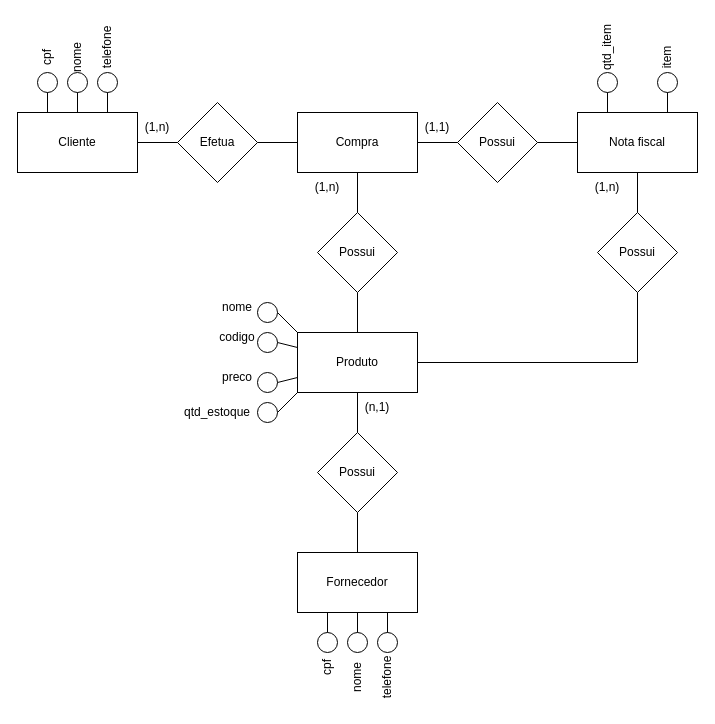
This is Lista2_04-04/Ex3.drawio from andreeeeeeeee/Engenharia_Software, a draw.io file, before an edit. Source tidied: cells renumbered, new cells numbered last; positions are measured from the earlier drawing's top-left corner, leaving out a move shared by most shapes. Both pictures are drawn from the tidied source at 100%, with x=0, y=0 at pixel (17, 32).
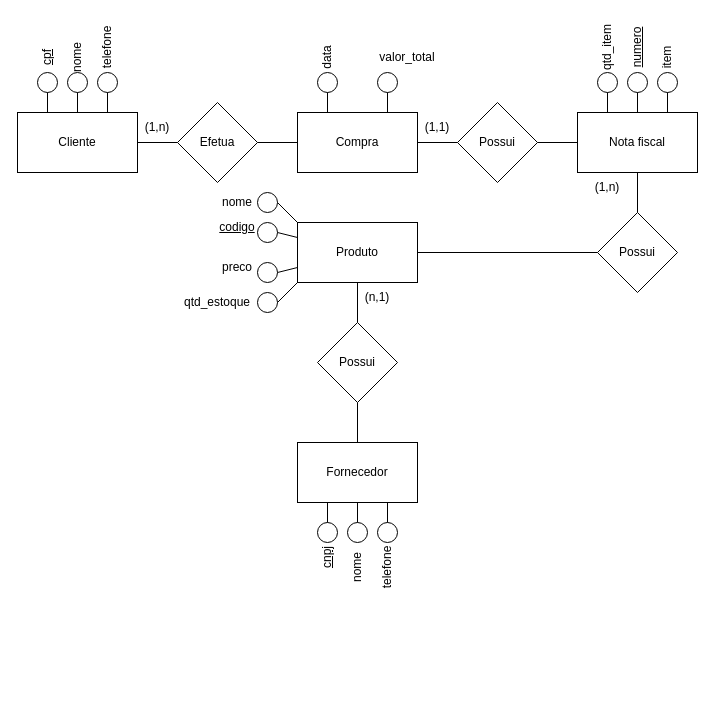
Above is the later version.

Unchanged cells that the change refers to:
```xml
<mxCell id="4" value="Compra" style="rounded=0;whiteSpace=wrap;html=1;" parent="1" vertex="1">
  <mxGeometry x="280" y="80" width="120" height="60" as="geometry" />
</mxCell>
<mxCell id="8" value="Nota fiscal" style="rounded=0;whiteSpace=wrap;html=1;" parent="1" vertex="1">
  <mxGeometry x="560" y="80" width="120" height="60" as="geometry" />
</mxCell>
<mxCell id="9" value="Possui" style="rhombus;whiteSpace=wrap;html=1;" parent="1" vertex="1">
  <mxGeometry x="580" y="180" width="80" height="80" as="geometry" />
</mxCell>
```

The edit, as a diff of the source:
```diff
@@
-    <mxCell id="5" value="Possui" style="rhombus;whiteSpace=wrap;html=1;" parent="1" vertex="1">
-      <mxGeometry x="300" y="180" width="80" height="80" as="geometry" />
-    </mxCell>
     <mxCell id="6" value="Produto" style="rounded=0;whiteSpace=wrap;html=1;" parent="1" vertex="1">
-      <mxGeometry x="280" y="300" width="120" height="60" as="geometry" />
+      <mxGeometry x="280" y="190" width="120" height="60" as="geometry" />
     </mxCell>
@@
     <mxCell id="10" value="Possui" style="rhombus;whiteSpace=wrap;html=1;" parent="1" vertex="1">
-      <mxGeometry x="300" y="400" width="80" height="80" as="geometry" />
+      <mxGeometry x="300" y="290" width="80" height="80" as="geometry" />
     </mxCell>
     <mxCell id="11" value="Fornecedor" style="rounded=0;whiteSpace=wrap;html=1;" parent="1" vertex="1">
-      <mxGeometry x="280" y="520" width="120" height="60" as="geometry" />
+      <mxGeometry x="280" y="410" width="120" height="60" as="geometry" />
     </mxCell>
@@
-    <mxCell id="14" style="endArrow=none;html=1;rounded=0;entryX=0.5;entryY=1;entryDx=0;entryDy=0;exitX=0.5;exitY=0;exitDx=0;exitDy=0;" parent="1" edge="1" source="5" target="4">
-      <mxGeometry relative="1" as="geometry" />
-    </mxCell>
-    <mxCell id="15" style="endArrow=none;html=1;rounded=0;entryX=0.5;entryY=1;entryDx=0;entryDy=0;exitX=0.5;exitY=0;exitDx=0;exitDy=0;" parent="1" edge="1" source="6" target="5">
-      <mxGeometry relative="1" as="geometry" />
-    </mxCell>
@@
-    <mxCell id="21" style="endArrow=none;html=1;rounded=0;entryX=0.5;entryY=1;entryDx=0;entryDy=0;exitX=1;exitY=0.5;exitDx=0;exitDy=0;" parent="1" edge="1" source="6" target="9">
-      <mxGeometry relative="1" as="geometry">
-        <Array as="points">
-          <mxPoint x="620" y="330" />
-        </Array>
-      </mxGeometry>
-    </mxCell>
@@
-    <mxCell id="28" value="cpf" style="text;html=1;strokeColor=none;fillColor=none;align=center;verticalAlign=middle;whiteSpace=wrap;rounded=0;rotation=-90;" parent="1" vertex="1">
+    <mxCell id="28" value="&lt;u&gt;cpf&lt;/u&gt;" style="text;html=1;strokeColor=none;fillColor=none;align=center;verticalAlign=middle;whiteSpace=wrap;rounded=0;rotation=-90;" parent="1" vertex="1">
       <mxGeometry y="10" width="60" height="30" as="geometry" />
     </mxCell>
@@
     <mxCell id="32" style="ellipse;whiteSpace=wrap;html=1;" parent="1" vertex="1">
-      <mxGeometry x="300" y="600" width="20" height="20" as="geometry" />
+      <mxGeometry x="300" y="490" width="20" height="20" as="geometry" />
     </mxCell>
     <mxCell id="33" style="ellipse;whiteSpace=wrap;html=1;" parent="1" vertex="1">
-      <mxGeometry x="330" y="600" width="20" height="20" as="geometry" />
+      <mxGeometry x="330" y="490" width="20" height="20" as="geometry" />
     </mxCell>
     <mxCell id="34" style="ellipse;whiteSpace=wrap;html=1;" parent="1" vertex="1">
-      <mxGeometry x="360" y="600" width="20" height="20" as="geometry" />
+      <mxGeometry x="360" y="490" width="20" height="20" as="geometry" />
     </mxCell>
-    <mxCell id="35" value="cpf" style="text;html=1;strokeColor=none;fillColor=none;align=center;verticalAlign=middle;whiteSpace=wrap;rounded=0;rotation=-90;" parent="1" vertex="1">
-      <mxGeometry x="280" y="620" width="60" height="30" as="geometry" />
+    <mxCell id="35" value="&lt;u&gt;cnpj&lt;/u&gt;" style="text;html=1;strokeColor=none;fillColor=none;align=center;verticalAlign=middle;whiteSpace=wrap;rounded=0;rotation=-90;" parent="1" vertex="1">
+      <mxGeometry x="280" y="510" width="60" height="30" as="geometry" />
     </mxCell>
     <mxCell id="36" value="nome" style="text;html=1;strokeColor=none;fillColor=none;align=center;verticalAlign=middle;whiteSpace=wrap;rounded=0;rotation=-90;" parent="1" vertex="1">
-      <mxGeometry x="310" y="630" width="60" height="30" as="geometry" />
+      <mxGeometry x="310" y="520" width="60" height="30" as="geometry" />
     </mxCell>
     <mxCell id="37" value="telefone" style="text;html=1;strokeColor=none;fillColor=none;align=center;verticalAlign=middle;whiteSpace=wrap;rounded=0;rotation=-90;" parent="1" vertex="1">
-      <mxGeometry x="340" y="630" width="60" height="30" as="geometry" />
+      <mxGeometry x="340" y="520" width="60" height="30" as="geometry" />
     </mxCell>
@@
     <mxCell id="49" value="(n,1)" style="text;html=1;strokeColor=none;fillColor=none;align=center;verticalAlign=middle;whiteSpace=wrap;rounded=0;" parent="1" vertex="1">
-      <mxGeometry x="330" y="360" width="60" height="30" as="geometry" />
+      <mxGeometry x="330" y="250" width="60" height="30" as="geometry" />
     </mxCell>
-    <mxCell id="50" value="(1,n)" style="text;html=1;strokeColor=none;fillColor=none;align=center;verticalAlign=middle;whiteSpace=wrap;rounded=0;" parent="1" vertex="1">
-      <mxGeometry x="280" y="140" width="60" height="30" as="geometry" />
-    </mxCell>
     <mxCell id="51" style="ellipse;whiteSpace=wrap;html=1;" parent="1" vertex="1">
-      <mxGeometry x="240" y="340" width="20" height="20" as="geometry" />
+      <mxGeometry x="240" y="230" width="20" height="20" as="geometry" />
     </mxCell>
     <mxCell id="52" style="ellipse;whiteSpace=wrap;html=1;" parent="1" vertex="1">
-      <mxGeometry x="240" y="300" width="20" height="20" as="geometry" />
+      <mxGeometry x="240" y="190" width="20" height="20" as="geometry" />
     </mxCell>
     <mxCell id="53" style="ellipse;whiteSpace=wrap;html=1;" parent="1" vertex="1">
-      <mxGeometry x="240" y="270" width="20" height="20" as="geometry" />
+      <mxGeometry x="240" y="160" width="20" height="20" as="geometry" />
     </mxCell>
     <mxCell id="54" style="ellipse;whiteSpace=wrap;html=1;" parent="1" vertex="1">
-      <mxGeometry x="240" y="370" width="20" height="20" as="geometry" />
+      <mxGeometry x="240" y="260" width="20" height="20" as="geometry" />
     </mxCell>
@@
     <mxCell id="59" value="nome" style="text;html=1;strokeColor=none;fillColor=none;align=center;verticalAlign=middle;whiteSpace=wrap;rounded=0;" parent="1" vertex="1">
-      <mxGeometry x="190" y="260" width="60" height="30" as="geometry" />
+      <mxGeometry x="190" y="155" width="60" height="30" as="geometry" />
     </mxCell>
-    <mxCell id="60" value="codigo" style="text;html=1;strokeColor=none;fillColor=none;align=center;verticalAlign=middle;whiteSpace=wrap;rounded=0;" parent="1" vertex="1">
-      <mxGeometry x="190" y="290" width="60" height="30" as="geometry" />
+    <mxCell id="60" value="&lt;u&gt;codigo&lt;/u&gt;" style="text;html=1;strokeColor=none;fillColor=none;align=center;verticalAlign=middle;whiteSpace=wrap;rounded=0;" parent="1" vertex="1">
+      <mxGeometry x="190" y="180" width="60" height="30" as="geometry" />
     </mxCell>
     <mxCell id="61" value="preco" style="text;html=1;strokeColor=none;fillColor=none;align=center;verticalAlign=middle;whiteSpace=wrap;rounded=0;" parent="1" vertex="1">
-      <mxGeometry x="190" y="330" width="60" height="30" as="geometry" />
+      <mxGeometry x="190" y="220" width="60" height="30" as="geometry" />
     </mxCell>
     <mxCell id="62" value="qtd_estoque" style="text;html=1;strokeColor=none;fillColor=none;align=center;verticalAlign=middle;whiteSpace=wrap;rounded=0;" parent="1" vertex="1">
-      <mxGeometry x="170" y="365" width="60" height="30" as="geometry" />
+      <mxGeometry x="170" y="255" width="60" height="30" as="geometry" />
     </mxCell>
+    <mxCell id="63" style="ellipse;whiteSpace=wrap;html=1;" parent="1" vertex="1">
+      <mxGeometry x="610" y="40" width="20" height="20" as="geometry" />
+    </mxCell>
+    <mxCell id="64" value="&lt;u&gt;numero&lt;/u&gt;" style="text;html=1;strokeColor=none;fillColor=none;align=center;verticalAlign=middle;whiteSpace=wrap;rounded=0;rotation=-90;" parent="1" vertex="1">
+      <mxGeometry x="590" width="60" height="30" as="geometry" />
+    </mxCell>
+    <mxCell id="21" style="endArrow=none;html=1;rounded=0;entryX=0;entryY=0.5;entryDx=0;entryDy=0;exitX=1;exitY=0.5;exitDx=0;exitDy=0;" parent="1" edge="1" source="6" target="9">
+      <mxGeometry relative="1" as="geometry" />
+    </mxCell>
+    <mxCell id="65" style="ellipse;whiteSpace=wrap;html=1;" parent="1" vertex="1">
+      <mxGeometry x="300" y="40" width="20" height="20" as="geometry" />
+    </mxCell>
+    <mxCell id="66" style="ellipse;whiteSpace=wrap;html=1;" parent="1" vertex="1">
+      <mxGeometry x="360" y="40" width="20" height="20" as="geometry" />
+    </mxCell>
+    <mxCell id="67" style="endArrow=none;html=1;rounded=0;entryX=0.5;entryY=1;entryDx=0;entryDy=0;exitX=0.25;exitY=0;exitDx=0;exitDy=0;" parent="1" edge="1" source="4" target="65">
+      <mxGeometry relative="1" as="geometry" />
+    </mxCell>
+    <mxCell id="68" style="endArrow=none;html=1;rounded=0;entryX=0.5;entryY=1;entryDx=0;entryDy=0;exitX=0.75;exitY=0;exitDx=0;exitDy=0;" parent="1" edge="1" source="4" target="66">
+      <mxGeometry relative="1" as="geometry" />
+    </mxCell>
+    <mxCell id="69" style="endArrow=none;html=1;rounded=0;entryX=0.5;entryY=1;entryDx=0;entryDy=0;exitX=0.5;exitY=0;exitDx=0;exitDy=0;" parent="1" edge="1" source="8" target="63">
+      <mxGeometry relative="1" as="geometry" />
+    </mxCell>
+    <mxCell id="70" value="data" style="text;html=1;strokeColor=none;fillColor=none;align=center;verticalAlign=middle;whiteSpace=wrap;rounded=0;rotation=-90;" parent="1" vertex="1">
+      <mxGeometry x="280" y="10" width="60" height="30" as="geometry" />
+    </mxCell>
+    <mxCell id="71" value="valor_total" style="text;html=1;strokeColor=none;fillColor=none;align=center;verticalAlign=middle;whiteSpace=wrap;rounded=0;rotation=0;" parent="1" vertex="1">
+      <mxGeometry x="360" y="10" width="60" height="30" as="geometry" />
+    </mxCell>
```
